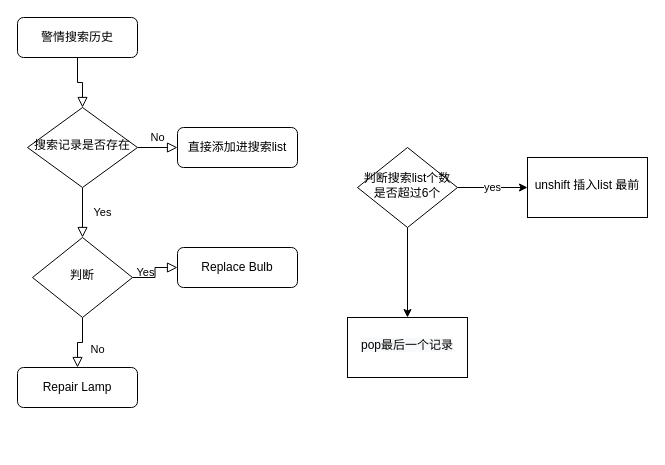
This is 未命名绘图.drawio from EdwardZhangJ/flow-diagram-records, a draw.io file, before an edit. Source tidied: cells renumbered, new cells numbered last; positions are measured from the earlier drawing's top-left corner, leaving out a move shared by most shapes. Both pictures are drawn from the tidied source at 100%, with x=0, y=0 at pixel (17, 17).
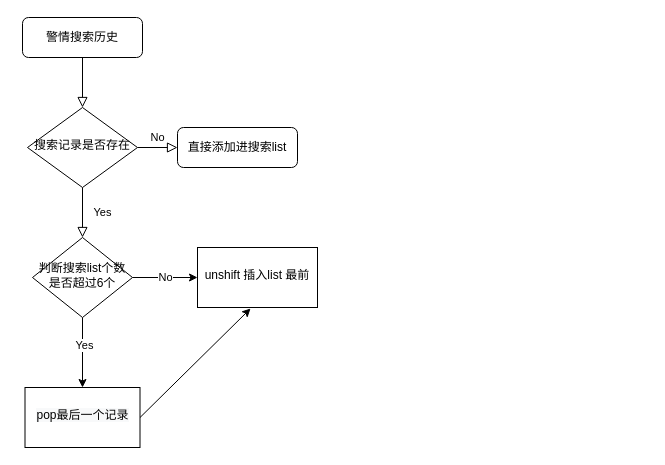
Above is the later version.

Commit message:
速报端--警情搜索.drawio

Change to the diagram source:
```diff
@@
 <mxGraphModel>
   <root>
     <mxCell id="0" />
     <mxCell id="1" parent="0" />
     <mxCell id="2" style="rounded=0;html=1;jettySize=auto;fontSize=11;endArrow=block;endFill=0;endSize=8;strokeWidth=1;shadow=0;labelBackgroundColor=none;edgeStyle=orthogonalEdgeStyle;" parent="1" edge="1" source="3" target="6">
       <mxGeometry relative="1" as="geometry" />
     </mxCell>
     <mxCell id="3" value="警情搜索历史" style="rounded=1;whiteSpace=wrap;html=1;fontSize=12;glass=0;strokeWidth=1;shadow=0;" parent="1" vertex="1">
-      <mxGeometry width="120" height="40" as="geometry" />
+      <mxGeometry x="5" width="120" height="40" as="geometry" />
     </mxCell>
-    <mxCell id="4" value="Yes" style="rounded=0;html=1;jettySize=auto;fontSize=11;endArrow=block;endFill=0;endSize=8;strokeWidth=1;shadow=0;labelBackgroundColor=none;edgeStyle=orthogonalEdgeStyle;" parent="1" edge="1" source="6" target="10">
+    <mxCell id="4" value="Yes" style="rounded=0;html=1;jettySize=auto;fontSize=11;endArrow=block;endFill=0;endSize=8;strokeWidth=1;shadow=0;labelBackgroundColor=none;edgeStyle=orthogonalEdgeStyle;entryX=0.5;entryY=0;entryDx=0;entryDy=0;" parent="1" edge="1" source="6" target="15">
       <mxGeometry y="20" relative="1" as="geometry" />
     </mxCell>
     <mxCell id="5" value="No" style="edgeStyle=orthogonalEdgeStyle;rounded=0;html=1;jettySize=auto;fontSize=11;endArrow=block;endFill=0;endSize=8;strokeWidth=1;shadow=0;labelBackgroundColor=none;" parent="1" edge="1" source="6" target="7">
       <mxGeometry y="10" relative="1" as="geometry" />
     </mxCell>
     <mxCell id="6" value="搜索记录是否存在" style="rhombus;whiteSpace=wrap;html=1;shadow=0;fontFamily=Helvetica;fontSize=12;align=center;strokeWidth=1;spacing=6;spacingTop=-4;" parent="1" vertex="1">
       <mxGeometry x="10" y="90" width="110" height="80" as="geometry" />
     </mxCell>
     <mxCell id="7" value="直接添加进搜索list" style="rounded=1;whiteSpace=wrap;html=1;fontSize=12;glass=0;strokeWidth=1;shadow=0;" parent="1" vertex="1">
       <mxGeometry x="160" y="110" width="120" height="40" as="geometry" />
     </mxCell>
-    <mxCell id="8" value="No" style="rounded=0;html=1;jettySize=auto;fontSize=11;endArrow=block;endFill=0;endSize=8;strokeWidth=1;shadow=0;labelBackgroundColor=none;edgeStyle=orthogonalEdgeStyle;" parent="1" edge="1" source="10" target="11">
-      <mxGeometry x="0.33" y="20" relative="1" as="geometry" />
-    </mxCell>
-    <mxCell id="9" value="Yes" style="edgeStyle=orthogonalEdgeStyle;rounded=0;html=1;jettySize=auto;fontSize=11;endArrow=block;endFill=0;endSize=8;strokeWidth=1;shadow=0;labelBackgroundColor=none;" parent="1" edge="1" source="10" target="12">
-      <mxGeometry y="10" relative="1" as="geometry" />
-    </mxCell>
-    <mxCell id="10" value="判断" style="rhombus;whiteSpace=wrap;html=1;shadow=0;fontFamily=Helvetica;fontSize=12;align=center;strokeWidth=1;spacing=6;spacingTop=-4;" parent="1" vertex="1">
-      <mxGeometry x="15" y="220" width="100" height="80" as="geometry" />
-    </mxCell>
-    <mxCell id="11" value="Repair Lamp" style="rounded=1;whiteSpace=wrap;html=1;fontSize=12;glass=0;strokeWidth=1;shadow=0;" parent="1" vertex="1">
-      <mxGeometry y="350" width="120" height="40" as="geometry" />
-    </mxCell>
-    <mxCell id="12" value="Replace Bulb" style="rounded=1;whiteSpace=wrap;html=1;fontSize=12;glass=0;strokeWidth=1;shadow=0;" parent="1" vertex="1">
-      <mxGeometry x="160" y="230" width="120" height="40" as="geometry" />
-    </mxCell>
-    <mxCell id="13" value="yes&lt;br&gt;" style="edgeStyle=orthogonalEdgeStyle;rounded=0;jettySize=auto;html=1;" parent="1" edge="1" source="15" target="16">
+    <mxCell id="13" value="No" style="edgeStyle=orthogonalEdgeStyle;rounded=0;jettySize=auto;html=1;" parent="1" edge="1" source="15" target="16">
       <mxGeometry relative="1" as="geometry" />
     </mxCell>
     <mxCell id="14" style="edgeStyle=orthogonalEdgeStyle;rounded=0;jettySize=auto;html=1;" parent="1" edge="1" source="15" target="17">
       <mxGeometry relative="1" as="geometry" />
     </mxCell>
+    <mxCell id="9" value="Yes" style="edgeLabel;html=1;align=center;verticalAlign=middle;" parent="14" vertex="1">
+      <mxGeometry x="-0.22" y="1" relative="1" as="geometry" />
+    </mxCell>
     <mxCell id="15" value="判断搜索list个数是否超过6个" style="rhombus;whiteSpace=wrap;html=1;shadow=0;fontFamily=Helvetica;fontSize=12;align=center;strokeWidth=1;spacing=6;spacingTop=-4;" parent="1" vertex="1">
-      <mxGeometry x="340" y="130" width="100" height="80" as="geometry" />
+      <mxGeometry x="15" y="220" width="100" height="80" as="geometry" />
     </mxCell>
     <mxCell id="16" value="unshift 插入list 最前" style="whiteSpace=wrap;html=1;shadow=0;strokeWidth=1;spacing=6;spacingTop=-4;" parent="1" vertex="1">
-      <mxGeometry x="510" y="140" width="120" height="60" as="geometry" />
+      <mxGeometry x="180" y="230" width="120" height="60" as="geometry" />
     </mxCell>
     <mxCell id="17" value="&lt;span style=&quot;color: rgb(0, 0, 0); font-family: Helvetica; font-size: 12px; font-style: normal; font-variant-ligatures: normal; font-variant-caps: normal; font-weight: 400; letter-spacing: normal; orphans: 2; text-align: center; text-indent: 0px; text-transform: none; widows: 2; word-spacing: 0px; -webkit-text-stroke-width: 0px; background-color: rgb(248, 249, 250); text-decoration-thickness: initial; text-decoration-style: initial; text-decoration-color: initial; float: none; display: inline !important;&quot;&gt;pop最后一个记录&lt;/span&gt;" style="whiteSpace=wrap;html=1;shadow=0;strokeWidth=1;spacing=6;spacingTop=-4;" parent="1" vertex="1">
-      <mxGeometry x="330" y="300" width="120" height="60" as="geometry" />
+      <mxGeometry x="7.5" y="370" width="115" height="60" as="geometry" />
     </mxCell>
+    <mxCell id="18" style="endArrow=classic;html=1;rounded=0;exitX=1;exitY=0.5;exitDx=0;exitDy=0;entryX=0.442;entryY=1.017;entryDx=0;entryDy=0;entryPerimeter=0;" parent="1" edge="1" source="17" target="16">
+      <mxGeometry relative="1" as="geometry" />
+    </mxCell>
   </root>
 </mxGraphModel>
```
